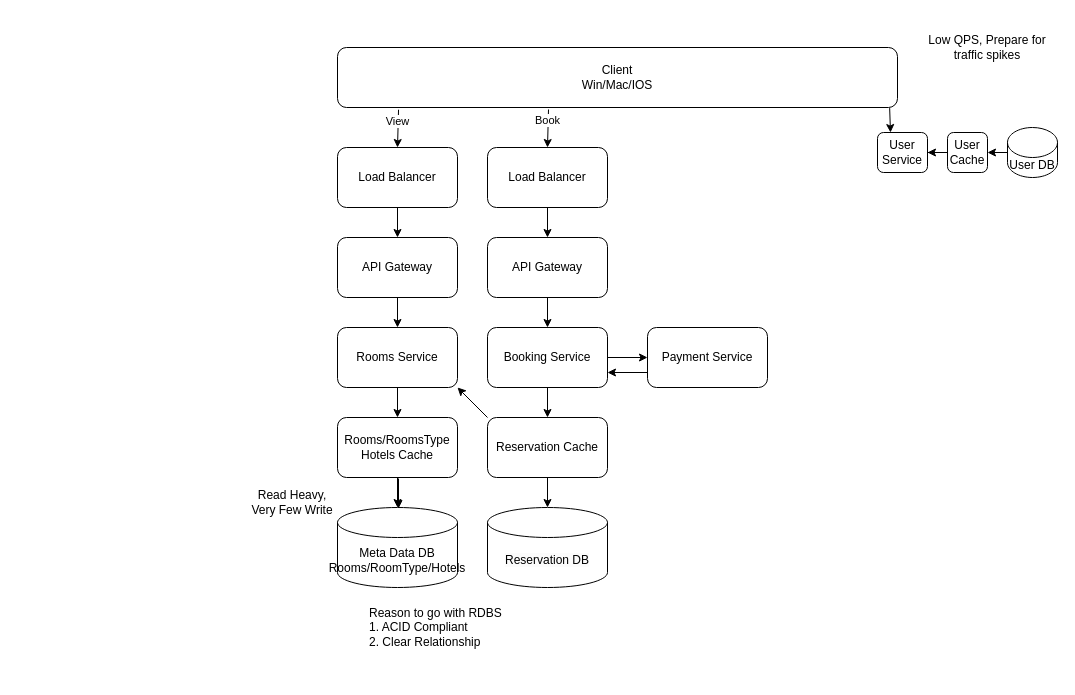
The draw.io diagram 12_TicketBooking.drawio in xwq172677170/SysdDiagram, before the edit. Source tidied: cells renumbered, new cells numbered last; positions are measured from the earlier drawing's top-left corner, leaving out a move shared by most shapes. Both pictures are drawn from the tidied source at 100%, with x=0, y=0 at pixel (247, 17).
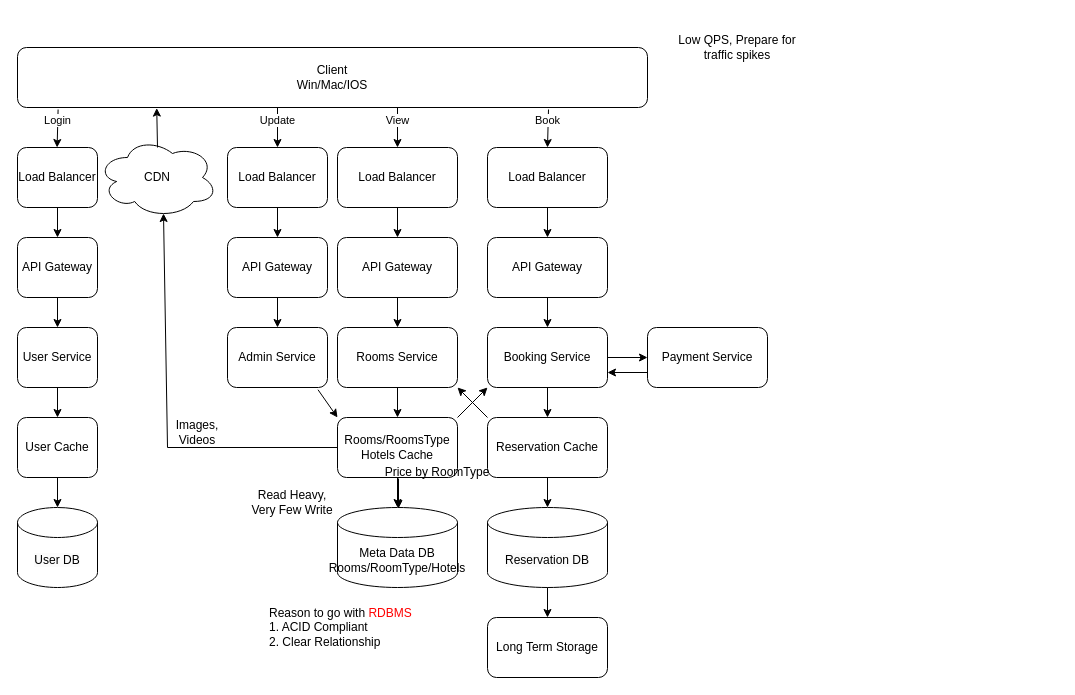
The same page after the edit.

The change refers to these unchanged cells:
```xml
<mxCell id="7" value="Load Balancer" style="rounded=1;whiteSpace=wrap;html=1;" parent="1" vertex="1">
  <mxGeometry x="90" y="130" width="120" height="60" as="geometry" />
</mxCell>
<mxCell id="13" value="Rooms/RoomsType&lt;br&gt;Hotels Cache" style="rounded=1;whiteSpace=wrap;html=1;" parent="1" vertex="1">
  <mxGeometry x="90" y="400" width="120" height="60" as="geometry" />
</mxCell>
<mxCell id="21" value="Booking Service" style="rounded=1;whiteSpace=wrap;html=1;" parent="1" vertex="1">
  <mxGeometry x="240" y="310" width="120" height="60" as="geometry" />
</mxCell>
<mxCell id="23" value="&lt;span style=&quot;color: rgb(0, 0, 0); font-family: Helvetica; font-size: 12px; font-style: normal; font-variant-ligatures: normal; font-variant-caps: normal; font-weight: 400; letter-spacing: normal; orphans: 2; text-align: center; text-indent: 0px; text-transform: none; widows: 2; word-spacing: 0px; -webkit-text-stroke-width: 0px; background-color: rgb(251, 251, 251); text-decoration-thickness: initial; text-decoration-style: initial; text-decoration-color: initial; float: none; display: inline !important;&quot;&gt;Reservation&lt;span&gt;&amp;nbsp;DB&lt;/span&gt;&lt;/span&gt;" style="shape=cylinder3;whiteSpace=wrap;html=1;boundedLbl=1;backgroundOutline=1;size=15;" parent="1" vertex="1">
  <mxGeometry x="240" y="490" width="120" height="80" as="geometry" />
</mxCell>
```

The edit, as a diff of the source:
```diff
@@
     <mxCell id="2" value="Client&lt;br&gt;Win/Mac/IOS" style="rounded=1;whiteSpace=wrap;html=1;" parent="1" vertex="1">
-      <mxGeometry x="90" y="30" width="560" height="60" as="geometry" />
+      <mxGeometry x="-230" y="30" width="630" height="60" as="geometry" />
     </mxCell>
-    <mxCell id="3" style="endArrow=classic;html=1;rounded=0;exitX=0.109;exitY=1.037;exitDx=0;exitDy=0;exitPerimeter=0;" parent="1" edge="1" source="2">
+    <mxCell id="3" style="endArrow=classic;html=1;rounded=0;entryX=0.5;entryY=0;entryDx=0;entryDy=0;" parent="1" edge="1" target="7">
       <mxGeometry relative="1" as="geometry">
-        <mxPoint x="150" y="130" as="targetPoint" />
+        <mxPoint x="150" y="90" as="sourcePoint" />
       </mxGeometry>
     </mxCell>
@@
-    <mxCell id="6" style="endArrow=classic;html=1;rounded=0;exitX=0.986;exitY=1.01;exitDx=0;exitDy=0;exitPerimeter=0;entryX=0.25;entryY=0;entryDx=0;entryDy=0;" parent="1" edge="1" source="2">
-      <mxGeometry relative="1" as="geometry">
-        <mxPoint x="643" y="115" as="targetPoint" />
-      </mxGeometry>
-    </mxCell>
@@
-    <mxCell id="31" value="User DB" style="shape=cylinder3;whiteSpace=wrap;html=1;boundedLbl=1;backgroundOutline=1;size=15;" parent="1" vertex="1">
-      <mxGeometry x="760" y="110" width="50" height="50" as="geometry" />
-    </mxCell>
-    <mxCell id="32" style="edgeStyle=orthogonalEdgeStyle;rounded=0;jettySize=auto;html=1;entryX=1;entryY=0.5;entryDx=0;entryDy=0;" parent="1" edge="1" source="33" target="34">
-      <mxGeometry relative="1" as="geometry" />
-    </mxCell>
-    <mxCell id="33" value="User&lt;br&gt;Cache" style="rounded=1;whiteSpace=wrap;html=1;" parent="1" vertex="1">
-      <mxGeometry x="700" y="115" width="40" height="40" as="geometry" />
-    </mxCell>
-    <mxCell id="34" value="User Service" style="rounded=1;whiteSpace=wrap;html=1;" parent="1" vertex="1">
-      <mxGeometry x="630" y="115" width="50" height="40" as="geometry" />
-    </mxCell>
-    <mxCell id="35" style="endArrow=classic;html=1;rounded=0;entryX=1;entryY=0.5;entryDx=0;entryDy=0;exitX=0;exitY=0.5;exitDx=0;exitDy=0;exitPerimeter=0;" parent="1" edge="1" source="31" target="33">
-      <mxGeometry relative="1" as="geometry" />
-    </mxCell>
@@
     <mxCell id="37" value="Low QPS, Prepare for traffic spikes" style="text;html=1;strokeColor=none;fillColor=none;align=center;verticalAlign=middle;whiteSpace=wrap;rounded=0;" parent="1" vertex="1">
-      <mxGeometry x="670" width="140" height="60" as="geometry" />
+      <mxGeometry x="420" width="140" height="60" as="geometry" />
     </mxCell>
-    <mxCell id="38" value="Reason to go with RDBS&lt;br&gt;1. ACID Compliant&lt;br&gt;2. Clear Relationship" style="text;html=1;strokeColor=none;fillColor=none;align=left;verticalAlign=middle;whiteSpace=wrap;rounded=0;" parent="1" vertex="1">
-      <mxGeometry x="120" y="580" width="220" height="60" as="geometry" />
+    <mxCell id="38" value="Reason to go with &lt;font color=&quot;#ff0000&quot;&gt;RDBMS&lt;/font&gt;&lt;br&gt;1. ACID Compliant&lt;br&gt;2. Clear Relationship" style="text;html=1;strokeColor=none;fillColor=none;align=left;verticalAlign=middle;whiteSpace=wrap;rounded=0;" parent="1" vertex="1">
+      <mxGeometry x="20" y="580" width="220" height="60" as="geometry" />
     </mxCell>
+    <mxCell id="39" value="Admin Service" style="rounded=1;whiteSpace=wrap;html=1;" parent="1" vertex="1">
+      <mxGeometry x="-20" y="310" width="100" height="60" as="geometry" />
+    </mxCell>
+    <mxCell id="40" style="endArrow=classic;html=1;rounded=0;exitX=0.905;exitY=1.037;exitDx=0;exitDy=0;exitPerimeter=0;entryX=0;entryY=0;entryDx=0;entryDy=0;" parent="1" edge="1" source="39" target="13">
+      <mxGeometry relative="1" as="geometry" />
+    </mxCell>
+    <mxCell id="41" style="endArrow=classic;html=1;rounded=0;entryX=0.5;entryY=0;entryDx=0;entryDy=0;" parent="1" edge="1" target="44">
+      <mxGeometry relative="1" as="geometry">
+        <mxPoint x="30" y="90" as="sourcePoint" />
+      </mxGeometry>
+    </mxCell>
+    <mxCell id="42" value="Update" style="edgeLabel;html=1;align=center;verticalAlign=middle;" parent="41" vertex="1">
+      <mxGeometry x="-0.42" y="-1" relative="1" as="geometry" />
+    </mxCell>
+    <mxCell id="43" value="API Gateway" style="rounded=1;whiteSpace=wrap;html=1;" parent="1" vertex="1">
+      <mxGeometry x="-20" y="220" width="100" height="60" as="geometry" />
+    </mxCell>
+    <mxCell id="44" value="Load Balancer" style="rounded=1;whiteSpace=wrap;html=1;" parent="1" vertex="1">
+      <mxGeometry x="-20" y="130" width="100" height="60" as="geometry" />
+    </mxCell>
+    <mxCell id="45" style="endArrow=classic;html=1;rounded=0;exitX=0.5;exitY=1;exitDx=0;exitDy=0;entryX=0.5;entryY=0;entryDx=0;entryDy=0;" parent="1" edge="1" source="44" target="43">
+      <mxGeometry relative="1" as="geometry" />
+    </mxCell>
+    <mxCell id="46" style="endArrow=classic;html=1;rounded=0;exitX=0.5;exitY=1;exitDx=0;exitDy=0;entryX=0.5;entryY=0;entryDx=0;entryDy=0;" parent="1" edge="1" source="43">
+      <mxGeometry relative="1" as="geometry">
+        <mxPoint x="30" y="310" as="targetPoint" />
+      </mxGeometry>
+    </mxCell>
+    <mxCell id="47" style="endArrow=classic;html=1;rounded=0;exitX=0.109;exitY=1.037;exitDx=0;exitDy=0;exitPerimeter=0;" parent="1" edge="1">
+      <mxGeometry relative="1" as="geometry">
+        <mxPoint x="-189.4" y="92" as="sourcePoint" />
+        <mxPoint x="-190.4" y="130" as="targetPoint" />
+      </mxGeometry>
+    </mxCell>
+    <mxCell id="48" value="Login" style="edgeLabel;html=1;align=center;verticalAlign=middle;" parent="47" vertex="1">
+      <mxGeometry x="-0.42" y="-1" relative="1" as="geometry" />
+    </mxCell>
+    <mxCell id="49" value="API Gateway" style="rounded=1;whiteSpace=wrap;html=1;" parent="1" vertex="1">
+      <mxGeometry x="-230" y="220" width="80" height="60" as="geometry" />
+    </mxCell>
+    <mxCell id="50" value="Load Balancer" style="rounded=1;whiteSpace=wrap;html=1;" parent="1" vertex="1">
+      <mxGeometry x="-230" y="130" width="80" height="60" as="geometry" />
+    </mxCell>
+    <mxCell id="51" style="endArrow=classic;html=1;rounded=0;exitX=0.5;exitY=1;exitDx=0;exitDy=0;entryX=0.5;entryY=0;entryDx=0;entryDy=0;" parent="1" edge="1" source="50" target="49">
+      <mxGeometry relative="1" as="geometry" />
+    </mxCell>
+    <mxCell id="34" value="User Service" style="rounded=1;whiteSpace=wrap;html=1;" parent="1" vertex="1">
+      <mxGeometry x="-230" y="310" width="80" height="60" as="geometry" />
+    </mxCell>
+    <mxCell id="52" style="endArrow=classic;html=1;rounded=0;exitX=0.5;exitY=1;exitDx=0;exitDy=0;entryX=0.5;entryY=0;entryDx=0;entryDy=0;" parent="1" edge="1" source="49" target="34">
+      <mxGeometry relative="1" as="geometry" />
+    </mxCell>
+    <mxCell id="31" value="&lt;span style=&quot;color: rgb(0, 0, 0); font-family: Helvetica; font-size: 12px; font-style: normal; font-variant-ligatures: normal; font-variant-caps: normal; font-weight: 400; letter-spacing: normal; orphans: 2; text-align: center; text-indent: 0px; text-transform: none; widows: 2; word-spacing: 0px; -webkit-text-stroke-width: 0px; background-color: rgb(251, 251, 251); text-decoration-thickness: initial; text-decoration-style: initial; text-decoration-color: initial; float: none; display: inline !important;&quot;&gt;&lt;span&gt;User DB&lt;/span&gt;&lt;/span&gt;" style="shape=cylinder3;whiteSpace=wrap;html=1;boundedLbl=1;backgroundOutline=1;size=15;" parent="1" vertex="1">
+      <mxGeometry x="-230" y="490" width="80" height="80" as="geometry" />
+    </mxCell>
+    <mxCell id="33" value="User Cache" style="rounded=1;whiteSpace=wrap;html=1;" parent="1" vertex="1">
+      <mxGeometry x="-230" y="400" width="80" height="60" as="geometry" />
+    </mxCell>
+    <mxCell id="53" style="endArrow=classic;html=1;rounded=0;exitX=0.5;exitY=1;exitDx=0;exitDy=0;entryX=0.5;entryY=0;entryDx=0;entryDy=0;" parent="1" edge="1" target="33">
+      <mxGeometry relative="1" as="geometry">
+        <mxPoint x="-190" y="370" as="sourcePoint" />
+      </mxGeometry>
+    </mxCell>
+    <mxCell id="54" style="endArrow=classic;html=1;rounded=0;exitX=0.5;exitY=1;exitDx=0;exitDy=0;entryX=0.5;entryY=0;entryDx=0;entryDy=0;entryPerimeter=0;" parent="1" edge="1" source="33" target="31">
+      <mxGeometry relative="1" as="geometry" />
+    </mxCell>
+    <mxCell id="55" value="CDN" style="ellipse;shape=cloud;whiteSpace=wrap;html=1;" parent="1" vertex="1">
+      <mxGeometry x="-150" y="120" width="120" height="80" as="geometry" />
+    </mxCell>
+    <mxCell id="56" style="endArrow=classic;html=1;rounded=0;entryX=0.55;entryY=0.95;entryDx=0;entryDy=0;entryPerimeter=0;exitX=0;exitY=0.5;exitDx=0;exitDy=0;" parent="1" edge="1" source="13" target="55">
+      <mxGeometry relative="1" as="geometry">
+        <Array as="points">
+          <mxPoint x="-80" y="430" />
+        </Array>
+      </mxGeometry>
+    </mxCell>
+    <mxCell id="57" style="endArrow=classic;html=1;rounded=0;entryX=0.221;entryY=1.01;entryDx=0;entryDy=0;entryPerimeter=0;" parent="1" edge="1" target="2">
+      <mxGeometry relative="1" as="geometry">
+        <mxPoint x="-90" y="130" as="sourcePoint" />
+      </mxGeometry>
+    </mxCell>
+    <mxCell id="58" style="endArrow=classic;html=1;rounded=0;entryX=0;entryY=1;entryDx=0;entryDy=0;exitX=1;exitY=0;exitDx=0;exitDy=0;" parent="1" edge="1" source="13" target="21">
+      <mxGeometry relative="1" as="geometry" />
+    </mxCell>
+    <mxCell id="59" value="Price by RoomType" style="text;html=1;strokeColor=none;fillColor=none;align=center;verticalAlign=middle;whiteSpace=wrap;rounded=0;" parent="1" vertex="1">
+      <mxGeometry x="130" y="440" width="120" height="30" as="geometry" />
+    </mxCell>
+    <mxCell id="60" value="Images, Videos" style="text;html=1;strokeColor=none;fillColor=none;align=center;verticalAlign=middle;whiteSpace=wrap;rounded=0;" parent="1" vertex="1">
+      <mxGeometry x="-80" y="400" width="60" height="30" as="geometry" />
+    </mxCell>
+    <mxCell id="61" style="endArrow=classic;html=1;rounded=0;exitX=0.5;exitY=1;exitDx=0;exitDy=0;exitPerimeter=0;" parent="1" edge="1" source="23">
+      <mxGeometry relative="1" as="geometry">
+        <mxPoint x="300" y="600" as="targetPoint" />
+      </mxGeometry>
+    </mxCell>
+    <mxCell id="62" value="Long Term Storage" style="rounded=1;whiteSpace=wrap;html=1;" parent="1" vertex="1">
+      <mxGeometry x="240" y="600" width="120" height="60" as="geometry" />
+    </mxCell>
```
